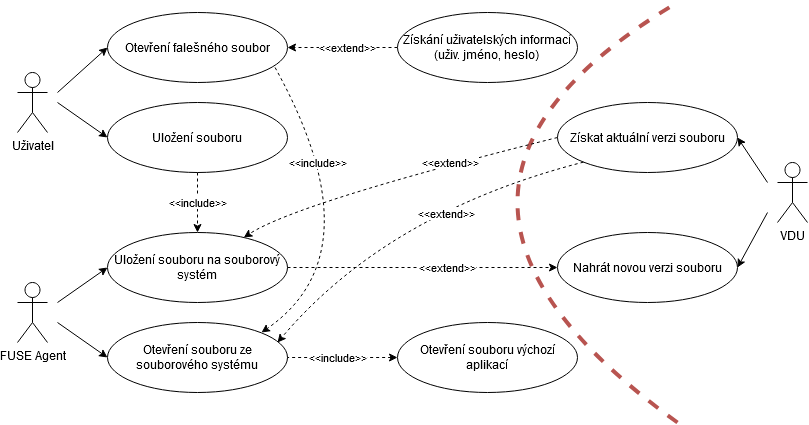
The draw.io diagram other-fig/use_case_diagram.png in PlayerBerny12/VUT-IBT, before a commit. Source tidied: cells renumbered, new cells last; positions are measured from the earlier drawing's top-left corner, leaving out a move shared by most shapes.
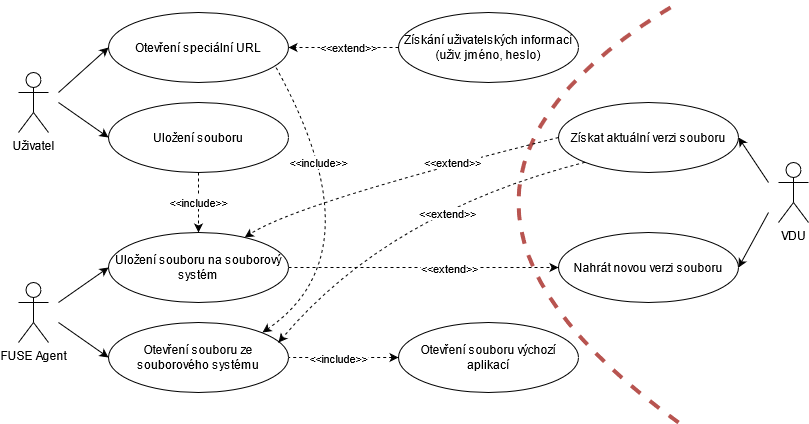
The same file after the commit.

What changed in the source:
```diff
@@ -8,7 +8,7 @@
     <mxCell id="3" value="FUSE Agent" style="shape=umlActor;verticalLabelPosition=bottom;verticalAlign=top;html=1;" parent="1" vertex="1">
       <mxGeometry y="280" width="30" height="60" as="geometry" />
     </mxCell>
-    <mxCell id="4" value="Otevření falešného soubor" style="ellipse;whiteSpace=wrap;html=1;" parent="1" vertex="1">
+    <mxCell id="4" value="Otevření speciální URL" style="ellipse;whiteSpace=wrap;html=1;" parent="1" vertex="1">
       <mxGeometry x="90" y="10" width="180" height="70" as="geometry" />
     </mxCell>
     <mxCell id="5" value="&amp;lt;&amp;lt;include&amp;gt;&amp;gt;" style="edgeStyle=orthogonalEdgeStyle;jettySize=auto;html=1;exitX=0.5;exitY=1;exitDx=0;exitDy=0;entryX=0.5;entryY=0;entryDx=0;entryDy=0;dashed=1;rounded=0;" parent="1" edge="1" source="6" target="8">
```
